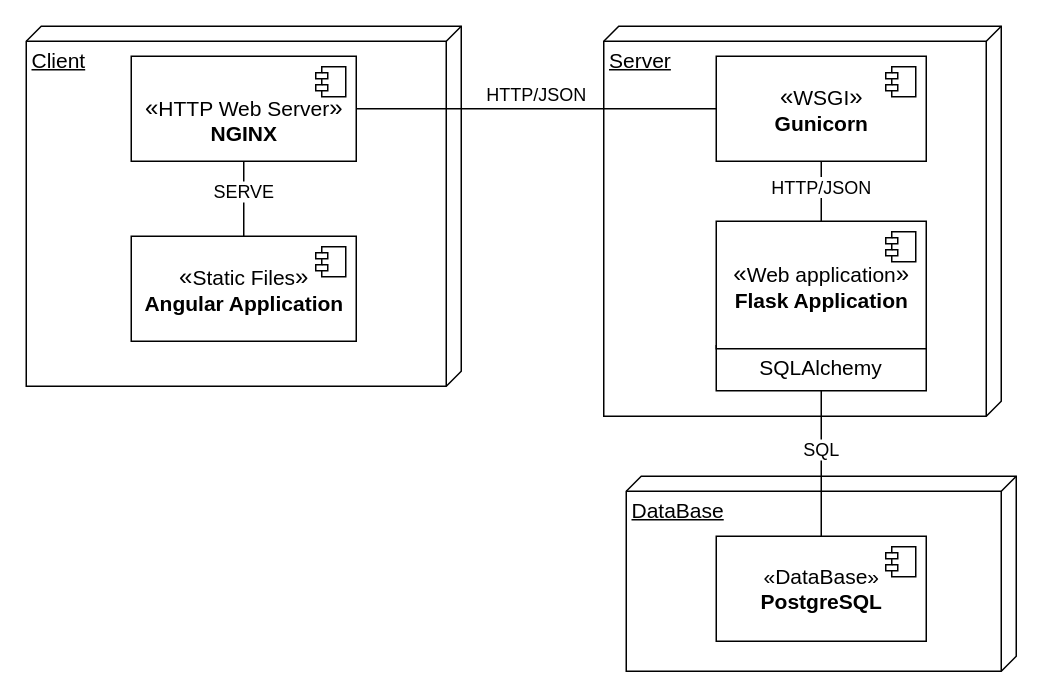
DrXneaky/Diagram keeps this draw.io diagram as component diagram.drawio. Above is the earlier version. Source tidied: cells renumbered, new cells numbered last; positions are measured from the earlier drawing's top-left corner, leaving out a move shared by most shapes. Both pictures are drawn from the tidied source at 150%, with x=0, y=0 at pixel (26, 26).
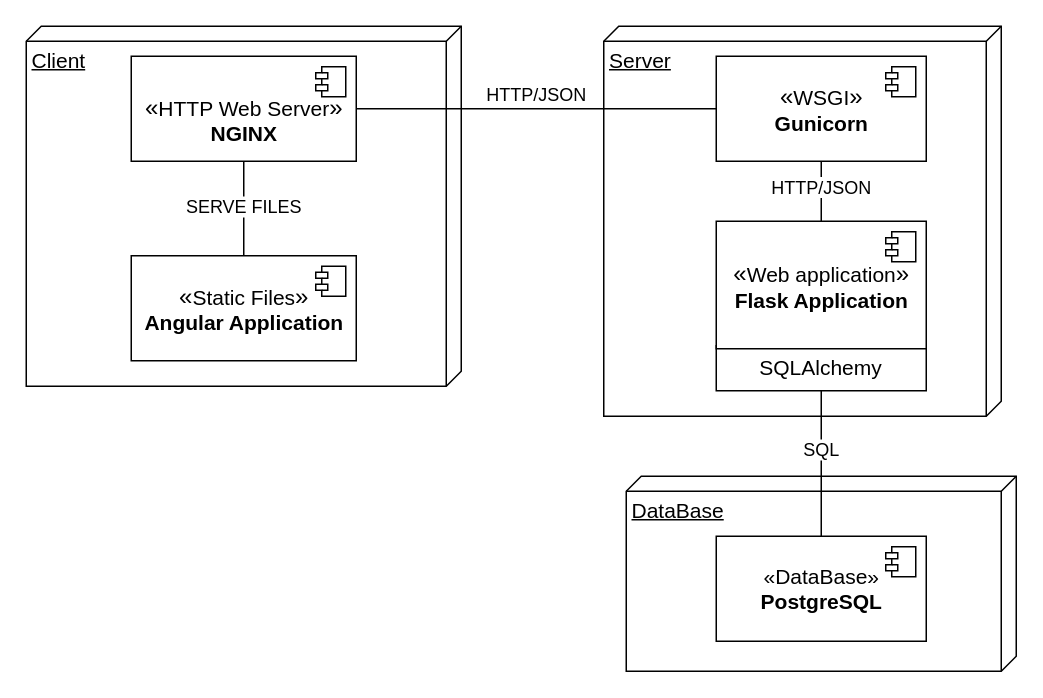
After the change.

Unchanged cells that the change refers to:
```xml
<mxCell id="8" value="&lt;font face=&quot;Old Standard TT&quot;&gt;&lt;br&gt;&lt;font style=&quot;font-size: 16px&quot;&gt;«&lt;/font&gt;&lt;/font&gt;&lt;font face=&quot;Old Standard TT&quot; style=&quot;font-size: 14px&quot;&gt;HTTP Web Server&lt;/font&gt;&lt;font face=&quot;Old Standard TT&quot;&gt;&lt;font style=&quot;font-size: 16px&quot;&gt;»&lt;/font&gt;&lt;br&gt;&lt;b style=&quot;font-size: 14px&quot;&gt;NGINX&lt;/b&gt;&lt;/font&gt;" style="html=1;" parent="1" vertex="1">
  <mxGeometry x="70" y="20" width="150" height="70" as="geometry" />
</mxCell>
```

Diff of the diagram source:
```diff
@@
     <mxCell id="6" value="&lt;font face=&quot;Old Standard TT&quot; style=&quot;font-size: 16px&quot;&gt;«&lt;/font&gt;&lt;font face=&quot;Old Standard TT&quot; style=&quot;font-size: 14px&quot;&gt;Static Files&lt;/font&gt;&lt;font face=&quot;Old Standard TT&quot;&gt;&lt;font style=&quot;font-size: 16px&quot;&gt;»&lt;/font&gt;&lt;br&gt;&lt;b style=&quot;font-size: 14px&quot;&gt;Angular Application&lt;/b&gt;&lt;/font&gt;" style="html=1;" parent="1" vertex="1">
-      <mxGeometry x="70" y="140" width="150" height="70" as="geometry" />
+      <mxGeometry x="70" y="153" width="150" height="70" as="geometry" />
     </mxCell>
@@
-    <mxCell id="18" value="&lt;font face=&quot;Old Standard TT&quot; style=&quot;font-size: 12px&quot;&gt;SERVE&lt;/font&gt;" style="html=1;verticalAlign=bottom;endArrow=none;endFill=0;entryX=0.5;entryY=0;entryDx=0;entryDy=0;exitX=0.5;exitY=1;exitDx=0;exitDy=0;" parent="1" edge="1" source="8" target="6">
-      <mxGeometry x="0.2" relative="1" as="geometry" />
+    <mxCell id="18" value="&lt;font face=&quot;Old Standard TT&quot; style=&quot;font-size: 12px&quot;&gt;SERVE FILES&lt;br&gt;&lt;/font&gt;" style="html=1;verticalAlign=bottom;endArrow=none;endFill=0;entryX=0.5;entryY=0;entryDx=0;entryDy=0;exitX=0.5;exitY=1;exitDx=0;exitDy=0;" parent="1" edge="1" source="8" target="6">
+      <mxGeometry x="0.27" relative="1" as="geometry" />
     </mxCell>
```
